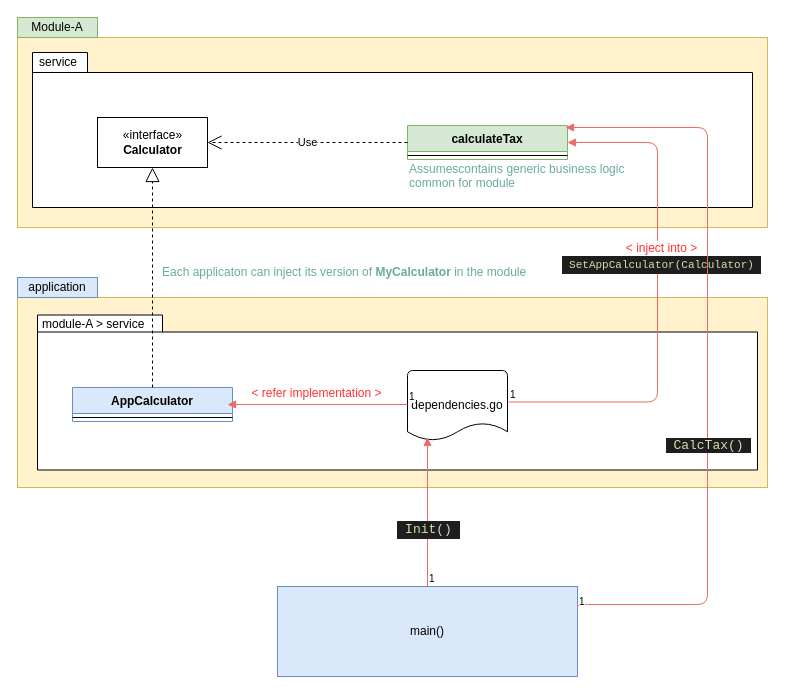
Above: DI-simple-GO/res/Di-simple-golang-example.drawio in ArjunDhar/scribbles (draw.io), before the change. Source tidied: cells renumbered, new cells numbered last; positions are measured from the earlier drawing's top-left corner, leaving out a move shared by most shapes. Both pictures are drawn from the tidied source at 100%, with x=0, y=0 at pixel (17, 17).
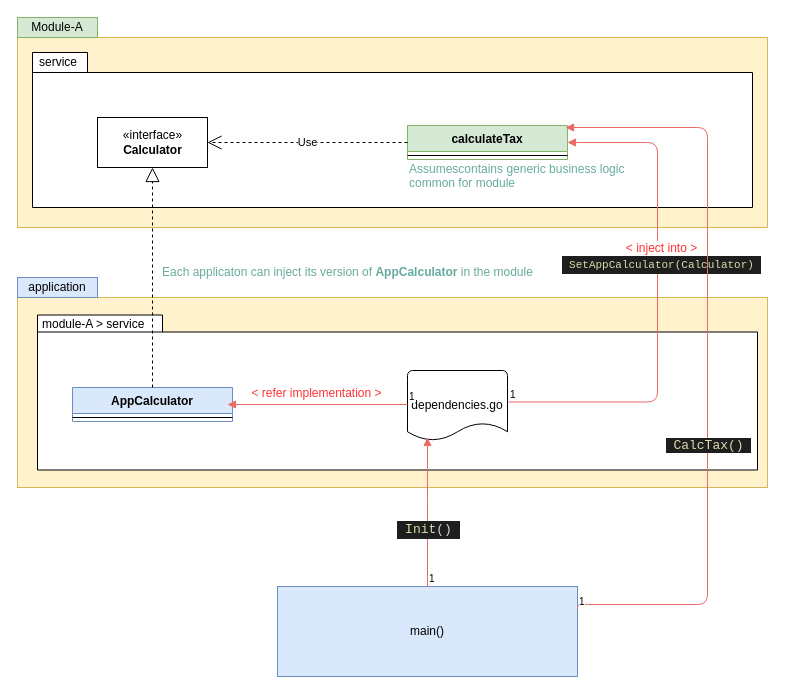
After the change.

Change to the diagram source:
```diff
@@
-    <mxCell id="18" value="Each applicaton can inject its version of &lt;b&gt;MyCalculator&lt;/b&gt; in the module" style="text;html=1;align=left;verticalAlign=top;spacingTop=-4;fontColor=#67AB9F;" parent="1" vertex="1">
-      <mxGeometry x="143" y="245" width="380" height="20" as="geometry" />
+    <mxCell id="18" value="Each applicaton can inject its version of &lt;b&gt;AppCalculator&lt;/b&gt; in the module" style="text;html=1;align=left;verticalAlign=top;spacingTop=-4;fontColor=#67AB9F;" parent="1" vertex="1">
+      <mxGeometry x="143" y="245" width="390" height="20" as="geometry" />
     </mxCell>
```
